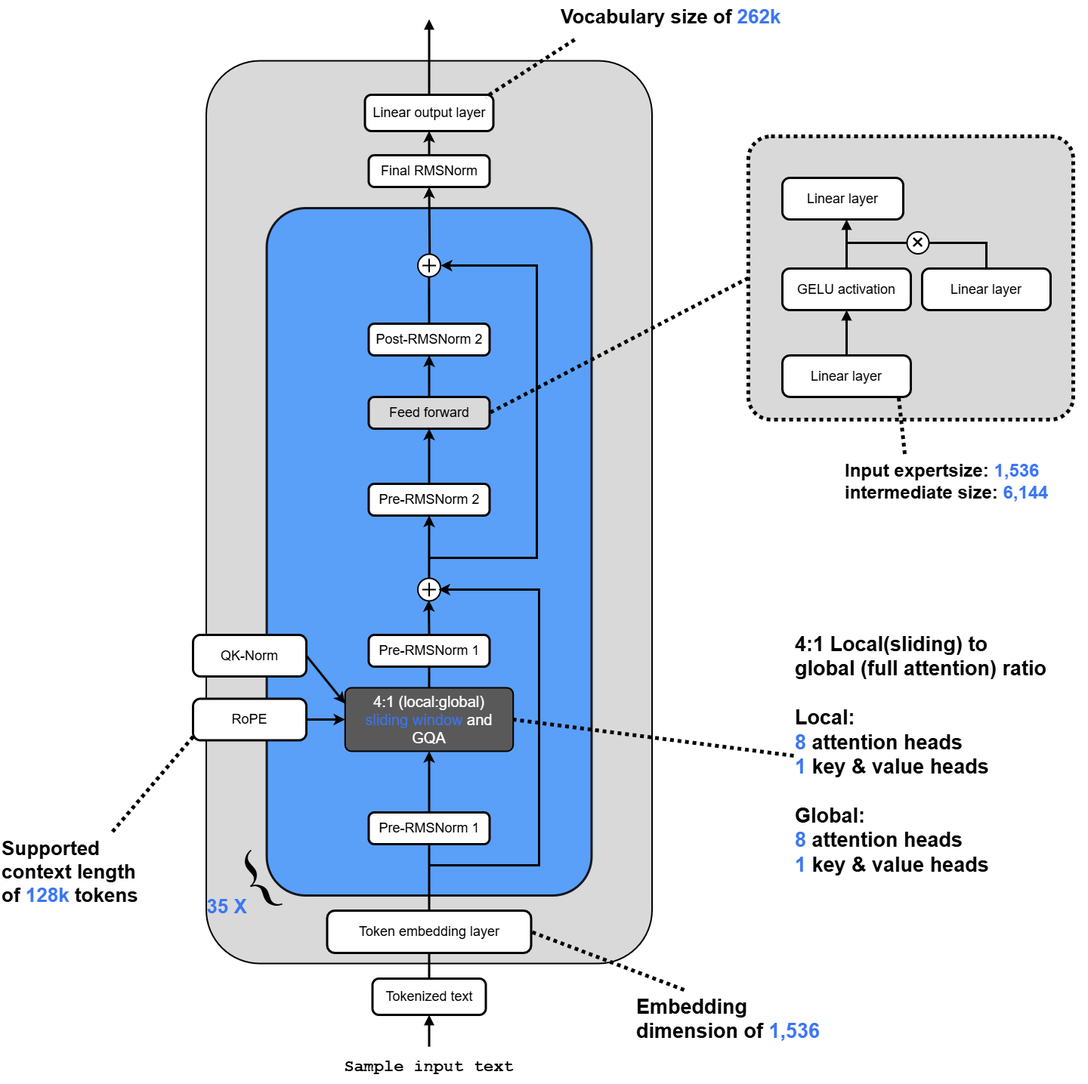
EarthWind/deeparch keeps this draw.io diagram as Models/Gemma/Gemma-4-(E2B).drawio.png. Above is the earlier version. Source tidied: cells renumbered, new cells last; positions are measured from the earlier drawing's top-left corner, leaving out a move shared by most shapes.
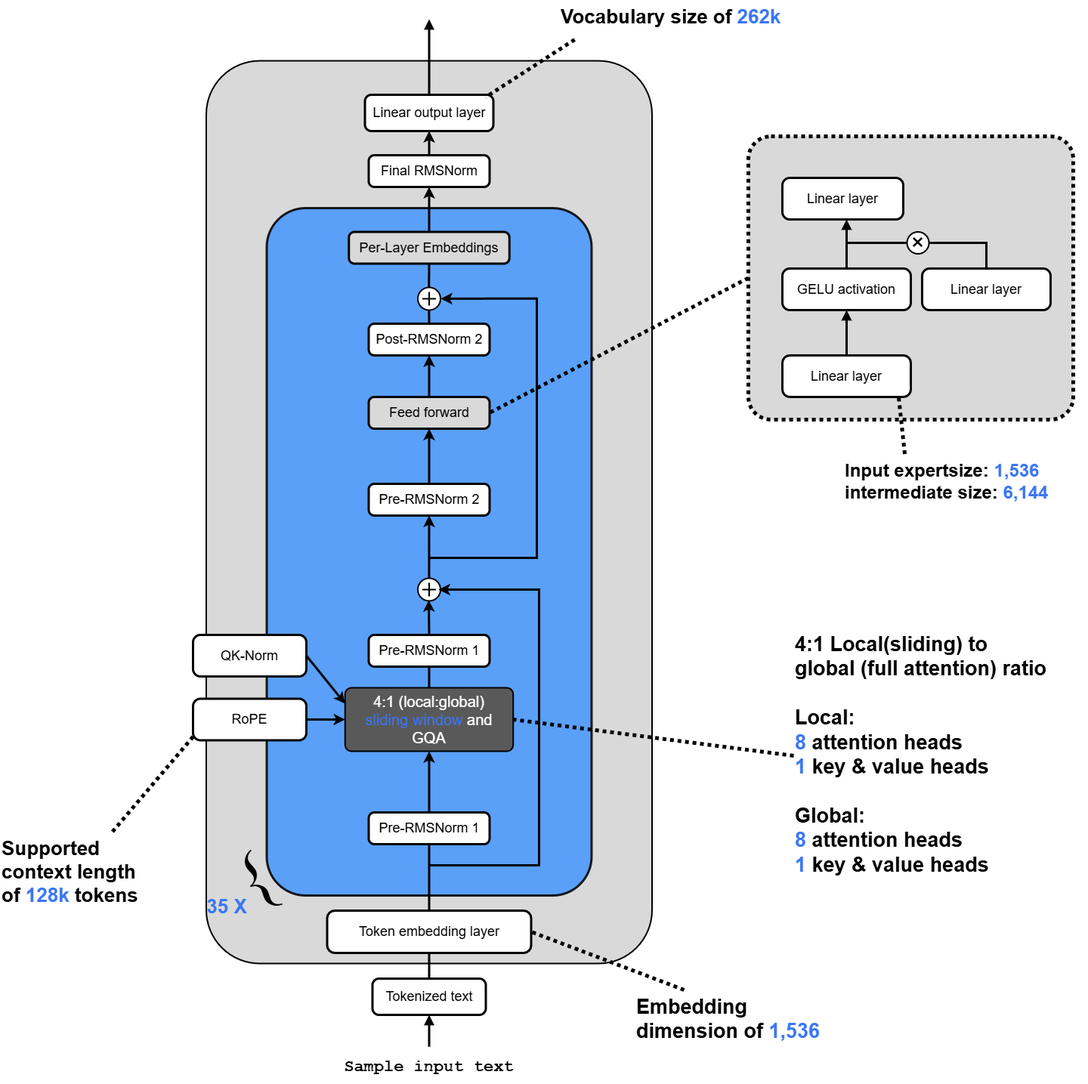
The same diagram one commit later.

Commit message:
fix models: Gemma-4(E2B) and Gemma-4(E4B) add Per Layer Embedding block.

Change to the diagram source:
```diff
@@ -106,7 +106,7 @@
       <mxGeometry relative="1" as="geometry" />
     </mxCell>
     <mxCell id="33" style="html=1;verticalLabelPosition=bottom;align=center;labelBackgroundColor=#ffffff;verticalAlign=top;strokeWidth=2;strokeColor=#000000;shadow=0;dashed=0;shape=mxgraph.ios7.icons.add;" parent="1" vertex="1">
-      <mxGeometry x="552.5" y="336" width="30" height="30" as="geometry" />
+      <mxGeometry x="552.5" y="380" width="30" height="30" as="geometry" />
     </mxCell>
     <mxCell id="34" value="Pre-RMSNorm 1" style="rounded=1;whiteSpace=wrap;html=1;arcSize=18;strokeColor=#000000;strokeWidth=3;fillColor=#ffffff;fontFamily=Arial;fontSize=18;fontColor=#000000;align=center;verticalAlign=middle;" parent="1" vertex="1">
       <mxGeometry x="487.5" y="1075" width="160" height="42" as="geometry" />
@@ -134,7 +134,7 @@
     <mxCell id="41" style="endArrow=none;html=1;rounded=0;strokeWidth=3;strokeColor=#000000;entryX=0.494;entryY=1.002;entryDx=0;entryDy=0;exitX=0.5;exitY=0;exitDx=0;exitDy=0;endFill=1;entryPerimeter=0;startFill=0;" parent="1" edge="1" source="55" target="33">
       <mxGeometry relative="1" as="geometry" />
     </mxCell>
-    <mxCell id="42" style="endArrow=classic;html=1;rounded=0;strokeWidth=3;strokeColor=#000000;entryX=0.5;entryY=1;entryDx=0;entryDy=0;exitX=0.522;exitY=-0.005;exitDx=0;exitDy=0;endFill=1;exitPerimeter=0;" parent="1" edge="1" source="33" target="8">
+    <mxCell id="42" style="endArrow=classic;html=1;rounded=0;strokeWidth=3;strokeColor=#000000;entryX=0.5;entryY=1;entryDx=0;entryDy=0;exitX=0.5;exitY=0;exitDx=0;exitDy=0;endFill=1;" parent="1" edge="1" source="60" target="8">
       <mxGeometry relative="1" as="geometry" />
     </mxCell>
     <mxCell id="43" style="endArrow=classic;html=1;rounded=0;strokeWidth=3;strokeColor=#000000;entryX=0.5;entryY=1;entryDx=0;entryDy=0;exitX=0.5;exitY=0;exitDx=0;exitDy=0;endFill=1;" parent="1" edge="1" source="8" target="7">
@@ -169,11 +169,10 @@
       <mxGeometry relative="1" as="geometry">
         <mxPoint x="568" y="740" as="sourcePoint" />
         <Array as="points">
+          <mxPoint x="568" y="738" />
           <mxPoint x="710" y="738" />
-          <mxPoint x="710" y="351" />
-          <mxPoint x="590" y="351" />
-          <mxPoint x="590" y="350" />
-          <mxPoint x="583" y="350" />
+          <mxPoint x="710" y="395" />
+          <mxPoint x="583" y="395" />
         </Array>
       </mxGeometry>
     </mxCell>
@@ -204,5 +203,11 @@
     <mxCell id="58" style="endArrow=none;html=1;rounded=0;strokeWidth=5;strokeColor=#000000;dashed=1;dashPattern=1 1;exitX=0;exitY=0.5;exitDx=0;exitDy=0;entryX=1;entryY=0.5;entryDx=0;entryDy=0;" parent="1" edge="1" source="57" target="11">
       <mxGeometry relative="1" as="geometry" />
     </mxCell>
+    <mxCell id="59" style="endArrow=none;html=1;rounded=0;strokeWidth=3;strokeColor=#000000;entryX=0.5;entryY=1;entryDx=0;entryDy=0;exitX=0.49;exitY=-0.012;exitDx=0;exitDy=0;endFill=1;exitPerimeter=0;startFill=0;" parent="1" edge="1" source="33" target="60">
+      <mxGeometry relative="1" as="geometry" />
+    </mxCell>
+    <mxCell id="60" value="Per-Layer Embeddings" style="rounded=1;whiteSpace=wrap;html=1;arcSize=18;strokeColor=#000000;strokeWidth=3;fillColor=#d9d9d9;fontFamily=Arial;fontSize=18;fontColor=#000000;align=center;verticalAlign=middle;" parent="1" vertex="1">
+      <mxGeometry x="461.2" y="306.5" width="212.5" height="42" as="geometry" />
+    </mxCell>
   </root>
 </mxGraphModel>
```
